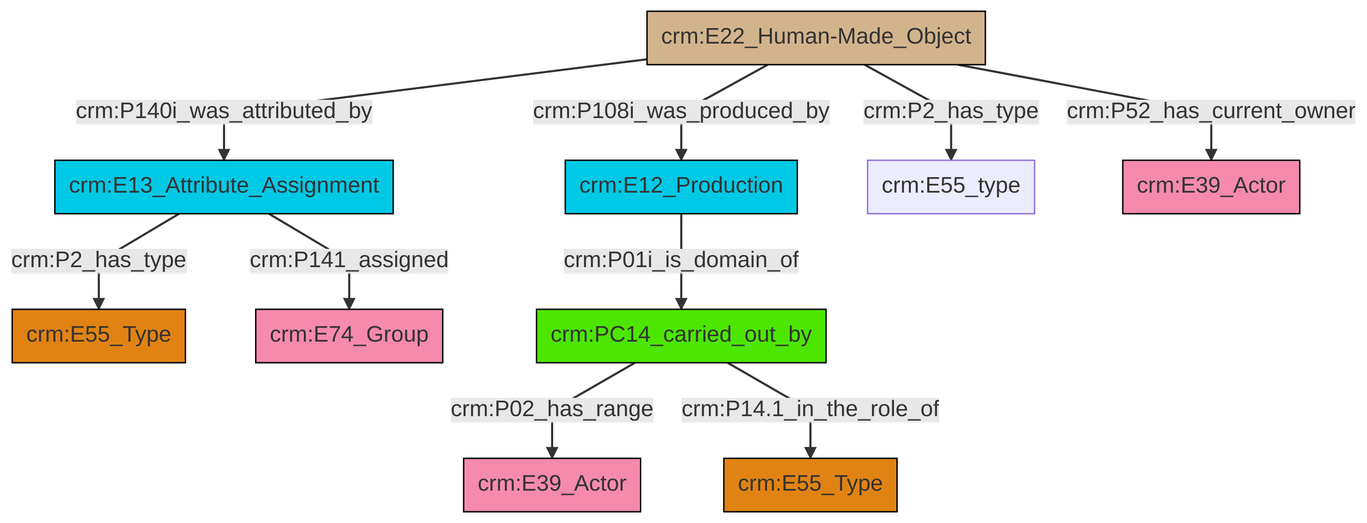
Above: et/builtWorkCSV/ttl/mmd/png/Built_Work_actor_relations.png in swiss-art-research-net/docs.swissartresearch (Mermaid), before the change. Its source is kept beside it as et/builtWorkCSV/ttl/mmd/Built_Work_actor_relations.ttl.mmd.
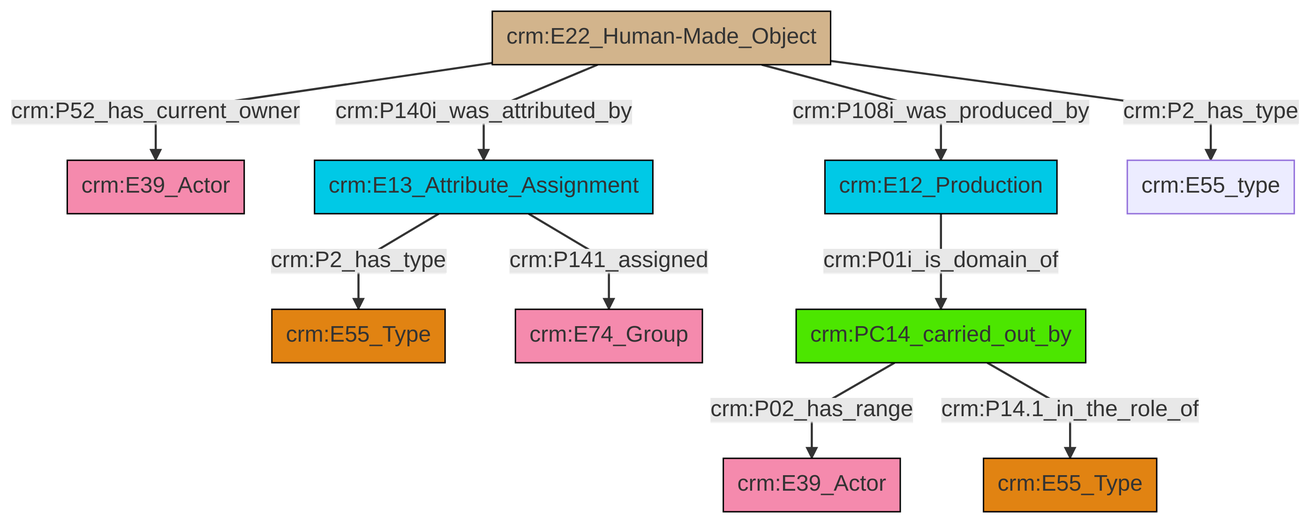
After the commit.

Diff of the diagram source:
```diff
@@ -13,12 +13,12 @@
 classDef PC_Classes fill:#4ce600, stroke:#000000;
 classDef Multi fill:#cccccc,stroke:#000000;
 
-2["crm:E22_Human-Made_Object"]:::Physical_Thing -->|crm:P140i_was_attributed_by| 3["crm:E13_Attribute_Assignment"]:::Temporal_Entity
-2["crm:E22_Human-Made_Object"]:::Physical_Thing -->|crm:P108i_was_produced_by| 0["crm:E12_Production"]:::Temporal_Entity
-3["crm:E13_Attribute_Assignment"]:::Temporal_Entity -->|crm:P2_has_type| 5["crm:E55_Type"]:::Type
-2["crm:E22_Human-Made_Object"]:::Physical_Thing -->|crm:P2_has_type| 6["crm:E55_type"]:::Default
-3["crm:E13_Attribute_Assignment"]:::Temporal_Entity -->|crm:P141_assigned| 7["crm:E74_Group"]:::Actor
-10["crm:PC14_carried_out_by"]:::PC_Classes -->|crm:P02_has_range| 12["crm:E39_Actor"]:::Actor
-10["crm:PC14_carried_out_by"]:::PC_Classes -->|crm:P14.1_in_the_role_of| 8["crm:E55_Type"]:::Type
-2["crm:E22_Human-Made_Object"]:::Physical_Thing -->|crm:P52_has_current_owner| 15["crm:E39_Actor"]:::Actor
-0["crm:E12_Production"]:::Temporal_Entity -->|crm:P01i_is_domain_of| 10["crm:PC14_carried_out_by"]:::PC_Classes
+2["crm:E22_Human-Made_Object"]:::Physical_Thing -->|crm:P52_has_current_owner| 3["crm:E39_Actor"]:::Actor
+6["crm:PC14_carried_out_by"]:::PC_Classes -->|crm:P02_has_range| 7["crm:E39_Actor"]:::Actor
+2["crm:E22_Human-Made_Object"]:::Physical_Thing -->|crm:P108i_was_produced_by| 8["crm:E12_Production"]:::Temporal_Entity
+9["crm:E13_Attribute_Assignment"]:::Temporal_Entity -->|crm:P2_has_type| 0["crm:E55_Type"]:::Type
+2["crm:E22_Human-Made_Object"]:::Physical_Thing -->|crm:P2_has_type| 10["crm:E55_type"]:::Default
+8["crm:E12_Production"]:::Temporal_Entity -->|crm:P01i_is_domain_of| 6["crm:PC14_carried_out_by"]:::PC_Classes
+9["crm:E13_Attribute_Assignment"]:::Temporal_Entity -->|crm:P141_assigned| 4["crm:E74_Group"]:::Actor
+2["crm:E22_Human-Made_Object"]:::Physical_Thing -->|crm:P140i_was_attributed_by| 9["crm:E13_Attribute_Assignment"]:::Temporal_Entity
+6["crm:PC14_carried_out_by"]:::PC_Classes -->|crm:P14.1_in_the_role_of| 13["crm:E55_Type"]:::Type
```
